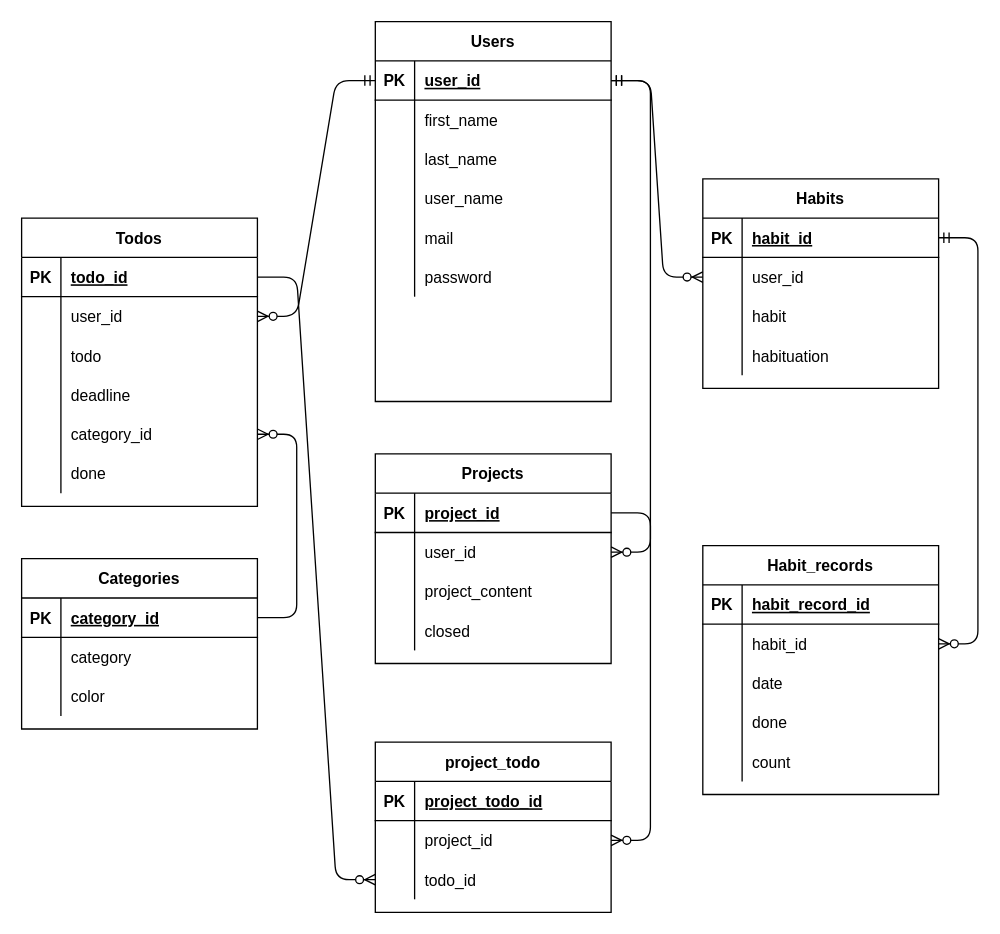
The draw.io diagram ER_diagram/Motiva_ER.drawio in pndnism/Motiva, before the edit. Source tidied: cells renumbered, new cells numbered last; positions are measured from the earlier drawing's top-left corner, leaving out a move shared by most shapes. Both pictures are drawn from the tidied source at 131%, with x=0, y=0 at pixel (21, 21).
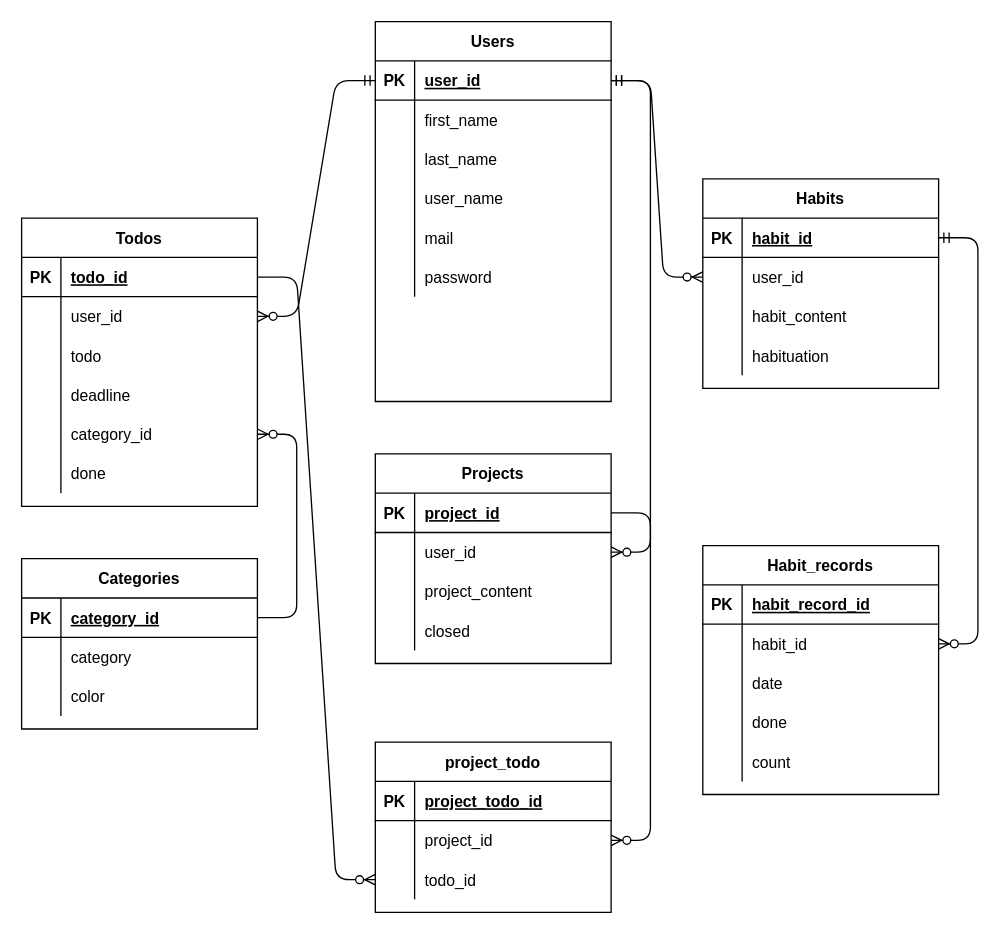
After the change.

Commit message:
再_ER図微修正

The change refers to these unchanged cells:
```xml
<mxCell id="28" style="shape=partialRectangle;fillColor=none;top=0;left=0;bottom=0;right=0;" parent="21" vertex="1">
  <mxGeometry y="90" width="180" height="30" as="geometry" />
</mxCell>
```

The edit, as a diff of the source:
```diff
@@
-    <mxCell id="30" value="habit" style="shape=partialRectangle;fillColor=none;top=0;left=0;bottom=0;right=0;align=left;spacingLeft=6;overflow=hidden;" parent="28" vertex="1">
+    <mxCell id="30" value="habit_content" style="shape=partialRectangle;fillColor=none;top=0;left=0;bottom=0;right=0;align=left;spacingLeft=6;overflow=hidden;" parent="28" vertex="1">
       <mxGeometry x="30" width="150" height="30" as="geometry" />
     </mxCell>
```
